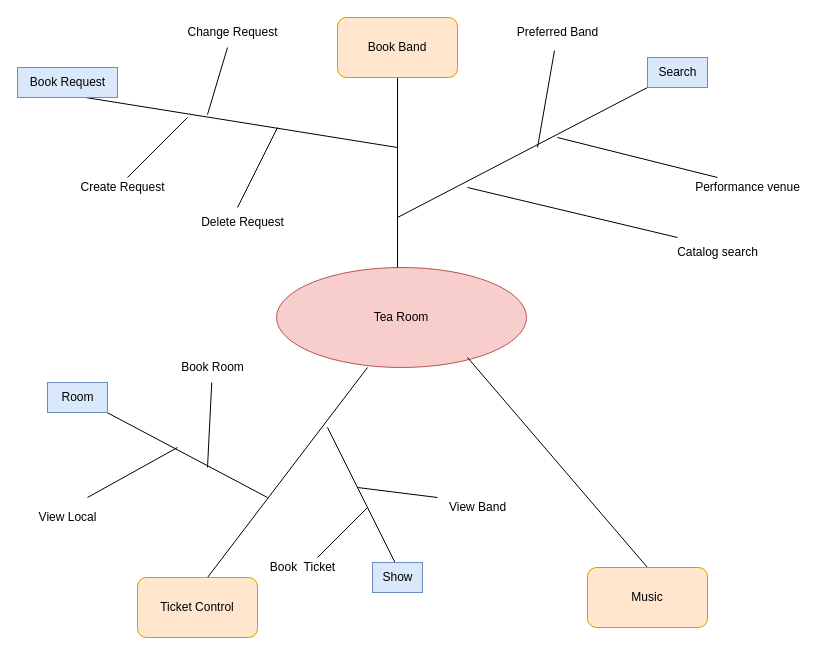
Above: Biểu đồ không có tiêu đề.drawio in TranDat202/TranDat202 (draw.io), before the change. Source tidied: cells renumbered, new cells numbered last; positions are measured from the earlier drawing's top-left corner, leaving out a move shared by most shapes. Both pictures are drawn from the tidied source at 100%, with x=0, y=0 at pixel (17, 17).
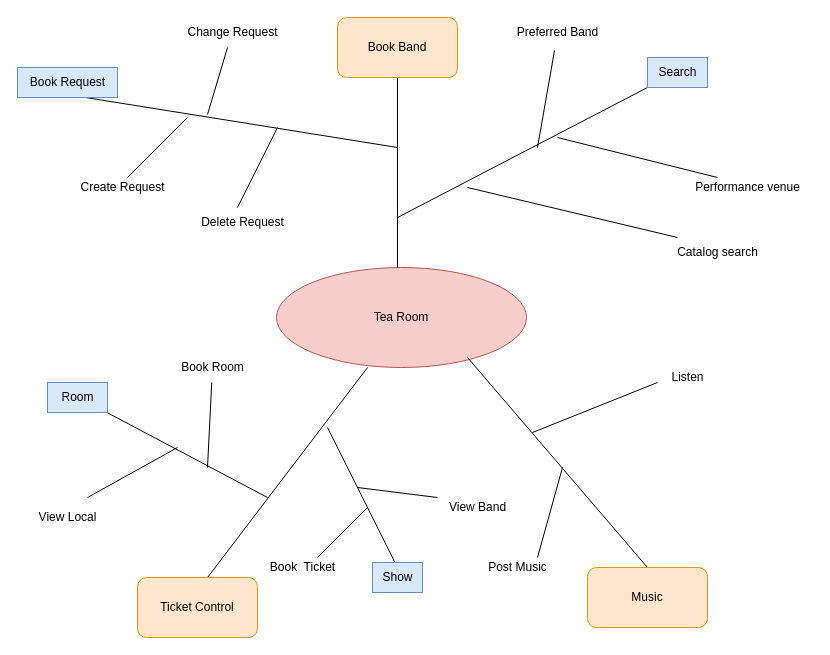
The same diagram, later.

What changed in the source:
```diff
@@
+    <mxCell id="37" style="endArrow=none;html=1;rounded=0;" parent="1" edge="1">
+      <mxGeometry relative="1" as="geometry">
+        <mxPoint x="515" y="415" as="sourcePoint" />
+        <mxPoint x="640" y="365" as="targetPoint" />
+      </mxGeometry>
+    </mxCell>
+    <mxCell id="38" value="Listen" style="text;html=1;align=center;verticalAlign=middle;strokeColor=none;fillColor=none;" parent="1" vertex="1">
+      <mxGeometry x="640" y="345" width="60" height="30" as="geometry" />
+    </mxCell>
+    <mxCell id="39" style="endArrow=none;html=1;rounded=0;" parent="1" edge="1">
+      <mxGeometry relative="1" as="geometry">
+        <mxPoint x="520" y="540" as="sourcePoint" />
+        <mxPoint x="545" y="450" as="targetPoint" />
+      </mxGeometry>
+    </mxCell>
+    <mxCell id="40" value="Post Music" style="text;html=1;align=center;verticalAlign=middle;strokeColor=none;fillColor=none;" parent="1" vertex="1">
+      <mxGeometry x="460" y="535" width="80" height="30" as="geometry" />
+    </mxCell>
```
